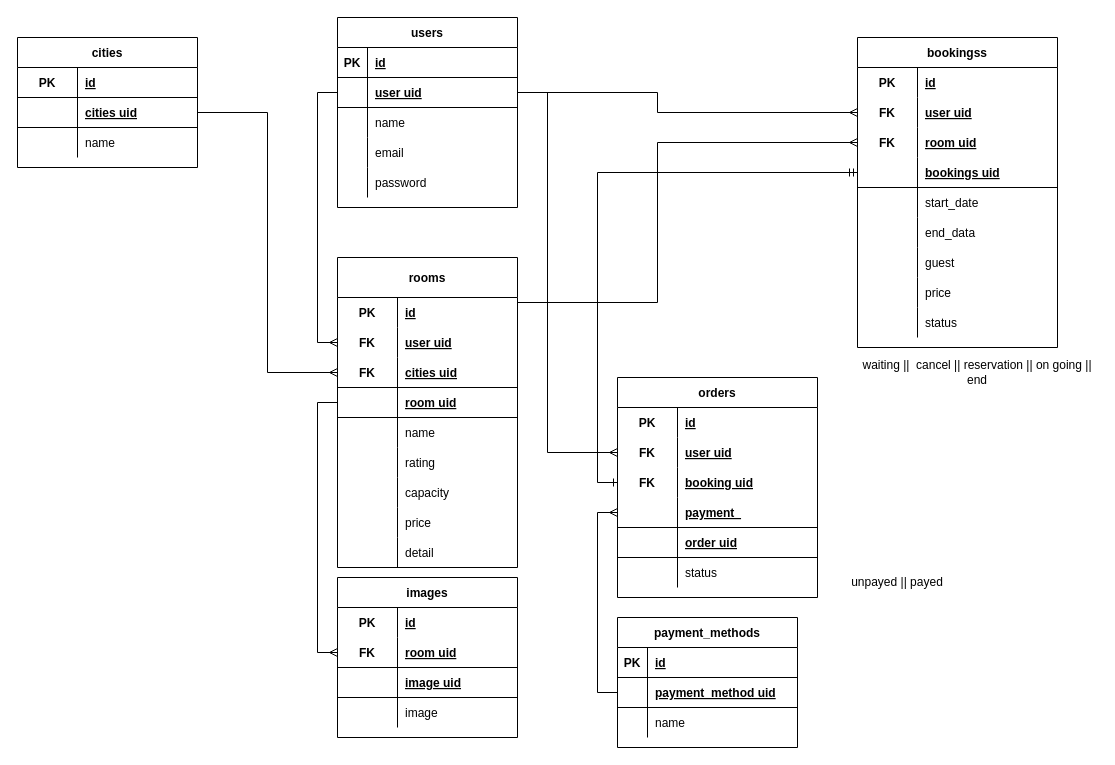
This is repository/erd/altaProject .drawio from AIRBNB-App-Project2/backend-airbnb, a draw.io file, before an edit. Source tidied: cells renumbered, new cells numbered last; positions are measured from the earlier drawing's top-left corner, leaving out a move shared by most shapes. Both pictures are drawn from the tidied source at 100%, with x=0, y=0 at pixel (17, 17).
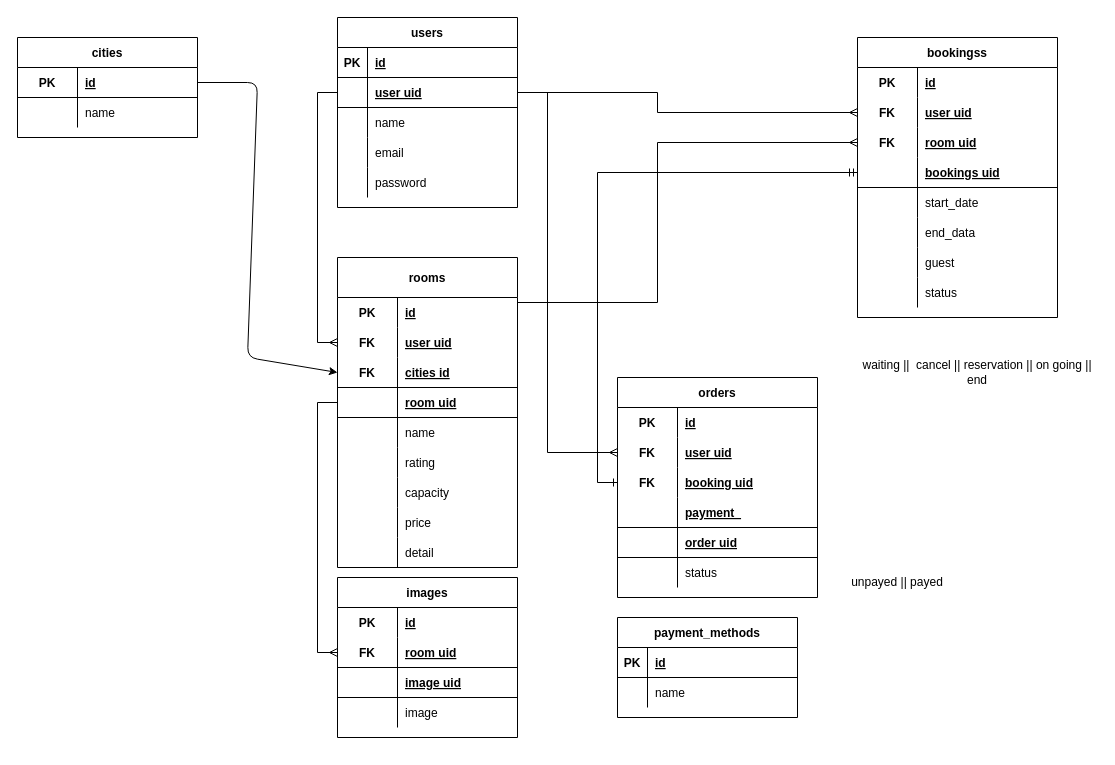
After the change.

The change refers to these unchanged cells:
```xml
<mxCell id="26" style="shape=tableRow;horizontal=0;startSize=0;swimlaneHead=0;swimlaneBody=0;fillColor=none;points=[[0,0.5],[1,0.5]];portConstraint=eastwest;top=0;left=0;right=0;bottom=1;strokeColor=default;" parent="19" vertex="1">
  <mxGeometry y="100" width="180" height="30" as="geometry" />
</mxCell>
<mxCell id="101" style="shape=tableRow;horizontal=0;startSize=0;swimlaneHead=0;swimlaneBody=0;fillColor=none;points=[[0,0.5],[1,0.5]];portConstraint=eastwest;top=0;left=0;right=0;bottom=1;strokeColor=default;" parent="91" vertex="1">
  <mxGeometry y="120" width="200" height="30" as="geometry" />
</mxCell>
<mxCell id="112" style="shape=tableRow;horizontal=0;startSize=0;swimlaneHead=0;swimlaneBody=0;fillColor=none;points=[[0,0.5],[1,0.5]];portConstraint=eastwest;top=0;left=0;right=0;bottom=1;strokeColor=default;" parent="111" vertex="1">
  <mxGeometry y="30" width="180" height="30" as="geometry" />
</mxCell>
```

The edit, as a diff of the source:
```diff
@@
-    <mxCell id="28" value="cities uid" style="shape=partialRectangle;fillColor=none;top=0;left=0;bottom=0;right=0;align=left;spacingLeft=6;fontStyle=5;overflow=hidden;" parent="26" vertex="1">
+    <mxCell id="28" value="cities id" style="shape=partialRectangle;fillColor=none;top=0;left=0;bottom=0;right=0;align=left;spacingLeft=6;fontStyle=5;overflow=hidden;" parent="26" vertex="1">
       <mxGeometry x="60" width="120" height="30" as="geometry" />
     </mxCell>
@@
     <mxCell id="47" value="bookingss" style="shape=table;startSize=30;childLayout=tableLayout;rowLines=0;fontStyle=1;align=center;strokeColor=default;fillColor=none;" parent="1" vertex="1">
-      <mxGeometry x="840" y="20" width="200" height="310" as="geometry" />
+      <mxGeometry x="840" y="20" width="200" height="280" as="geometry" />
     </mxCell>
@@
-    <mxCell id="69" style="shape=tableRow;horizontal=0;startSize=0;swimlaneHead=0;swimlaneBody=0;fillColor=none;top=0;left=0;right=0;bottom=0;strokeColor=default;" parent="47" vertex="1">
-      <mxGeometry y="240" width="200" height="30" as="geometry" />
-    </mxCell>
-    <mxCell id="70" style="shape=partialRectangle;fillColor=none;top=0;left=0;bottom=0;right=0;overflow=hidden;strokeColor=default;" parent="69" vertex="1">
-      <mxGeometry width="60" height="30" as="geometry" />
-    </mxCell>
-    <mxCell id="71" value="price" style="shape=partialRectangle;fillColor=none;top=0;left=0;bottom=0;right=0;align=left;spacingLeft=6;overflow=hidden;strokeColor=default;" parent="69" vertex="1">
-      <mxGeometry x="60" width="140" height="30" as="geometry" />
-    </mxCell>
     <mxCell id="72" style="shape=tableRow;horizontal=0;startSize=0;swimlaneHead=0;swimlaneBody=0;fillColor=none;top=0;left=0;right=0;bottom=0;strokeColor=default;" parent="47" vertex="1">
-      <mxGeometry y="270" width="200" height="30" as="geometry" />
+      <mxGeometry y="240" width="200" height="30" as="geometry" />
     </mxCell>
@@
     <mxCell id="111" value="cities" style="shape=table;startSize=30;childLayout=tableLayout;rowLines=0;fontStyle=1;align=center;" parent="1" vertex="1">
-      <mxGeometry y="20" width="180" height="130" as="geometry" />
+      <mxGeometry y="20" width="180" height="100" as="geometry" />
     </mxCell>
@@
-    <mxCell id="115" style="shape=tableRow;horizontal=0;startSize=0;swimlaneHead=0;swimlaneBody=0;fillColor=none;points=[[0,0.5],[1,0.5]];portConstraint=eastwest;top=0;left=0;right=0;bottom=1;strokeColor=default;" parent="111" vertex="1">
-      <mxGeometry y="60" width="180" height="30" as="geometry" />
-    </mxCell>
-    <mxCell id="116" style="shape=partialRectangle;fillColor=none;top=0;left=0;bottom=0;right=0;fontStyle=1;overflow=hidden;" parent="115" vertex="1">
-      <mxGeometry width="60" height="30" as="geometry" />
-    </mxCell>
-    <mxCell id="117" value="cities uid" style="shape=partialRectangle;fillColor=none;top=0;left=0;bottom=0;right=0;align=left;spacingLeft=6;fontStyle=5;overflow=hidden;" parent="115" vertex="1">
-      <mxGeometry x="60" width="120" height="30" as="geometry" />
-    </mxCell>
     <mxCell id="118" style="shape=tableRow;horizontal=0;startSize=0;swimlaneHead=0;swimlaneBody=0;fillColor=none;top=0;left=0;right=0;bottom=0;" parent="111" vertex="1">
-      <mxGeometry y="90" width="180" height="30" as="geometry" />
+      <mxGeometry y="60" width="180" height="30" as="geometry" />
     </mxCell>
@@
     <mxCell id="124" value="payment_methods" style="shape=table;startSize=30;childLayout=tableLayout;rowLines=0;fontStyle=1;align=center;strokeColor=default;fillColor=none;" parent="1" vertex="1">
-      <mxGeometry x="600" y="600" width="180" height="130" as="geometry" />
+      <mxGeometry x="600" y="600" width="180" height="100" as="geometry" />
     </mxCell>
@@
-    <mxCell id="128" style="shape=tableRow;horizontal=0;startSize=0;swimlaneHead=0;swimlaneBody=0;fillColor=none;points=[[0,0.5],[1,0.5]];portConstraint=eastwest;top=0;left=0;right=0;bottom=1;strokeColor=default;" parent="124" vertex="1">
-      <mxGeometry y="60" width="180" height="30" as="geometry" />
-    </mxCell>
-    <mxCell id="129" style="shape=partialRectangle;fillColor=none;top=0;left=0;bottom=0;right=0;fontStyle=1;overflow=hidden;strokeColor=default;" parent="128" vertex="1">
-      <mxGeometry width="30" height="30" as="geometry" />
-    </mxCell>
-    <mxCell id="130" value="payment  method uid" style="shape=partialRectangle;fillColor=none;top=0;left=0;bottom=0;right=0;align=left;spacingLeft=6;fontStyle=5;overflow=hidden;strokeColor=default;" parent="128" vertex="1">
-      <mxGeometry x="30" width="150" height="30" as="geometry" />
-    </mxCell>
     <mxCell id="131" style="shape=tableRow;horizontal=0;startSize=0;swimlaneHead=0;swimlaneBody=0;fillColor=none;top=0;left=0;right=0;bottom=0;strokeColor=default;" parent="124" vertex="1">
-      <mxGeometry y="90" width="180" height="30" as="geometry" />
+      <mxGeometry y="60" width="180" height="30" as="geometry" />
     </mxCell>
@@
-    <mxCell id="134" style="edgeStyle=orthogonalEdgeStyle;rounded=0;jettySize=auto;html=1;exitX=0;exitY=0.5;exitDx=0;exitDy=0;entryX=0;entryY=0.5;entryDx=0;entryDy=0;startArrow=none;startFill=0;endArrow=ERmany;endFill=0;" parent="1" edge="1" source="128" target="101">
+    <mxCell id="134" style="edgeStyle=orthogonalEdgeStyle;rounded=0;jettySize=auto;html=1;exitX=0;exitY=0.5;exitDx=0;exitDy=0;entryX=0;entryY=0.5;entryDx=0;entryDy=0;startArrow=none;startFill=0;endArrow=ERmany;endFill=0;" parent="1" edge="1" target="101">
       <mxGeometry relative="1" as="geometry" />
     </mxCell>
-    <mxCell id="135" style="edgeStyle=orthogonalEdgeStyle;rounded=0;jettySize=auto;html=1;exitX=1;exitY=0.5;exitDx=0;exitDy=0;entryX=0;entryY=0.5;entryDx=0;entryDy=0;startArrow=none;startFill=0;endArrow=ERmany;endFill=0;" parent="1" edge="1" source="115" target="26">
+    <mxCell id="135" style="edgeStyle=orthogonalEdgeStyle;rounded=0;jettySize=auto;html=1;exitX=1;exitY=0.5;exitDx=0;exitDy=0;entryX=0;entryY=0.5;entryDx=0;entryDy=0;startArrow=none;startFill=0;endArrow=ERmany;endFill=0;" parent="1" edge="1" target="26">
       <mxGeometry relative="1" as="geometry" />
     </mxCell>
+    <mxCell id="136" style="edgeStyle=none;html=1;exitX=1;exitY=0.5;exitDx=0;exitDy=0;entryX=0;entryY=0.5;entryDx=0;entryDy=0;" parent="1" edge="1" source="112" target="26">
+      <mxGeometry relative="1" as="geometry">
+        <Array as="points">
+          <mxPoint x="240" y="65" />
+          <mxPoint x="230" y="340" />
+        </Array>
+      </mxGeometry>
+    </mxCell>
```
